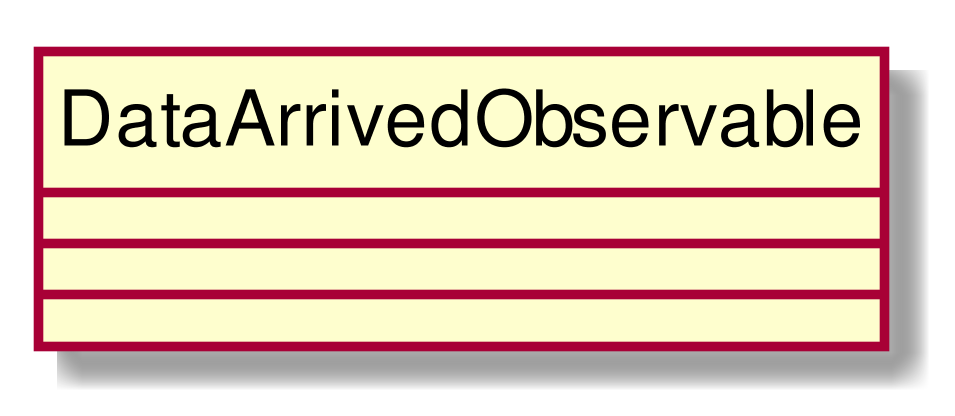
Above: RP/Esterni/DefinizioneDiProdotto/images/ClassDataArrivedObservable.png in CoCodeSWE/Docs (PlantUML), before the change. Its diagram source:
```plantuml
@startuml
scale 1000*1000
skinparam classAttributeIconSize 0
class DataArrivedObservable{
__
__

}
hide circle
@enduml
```
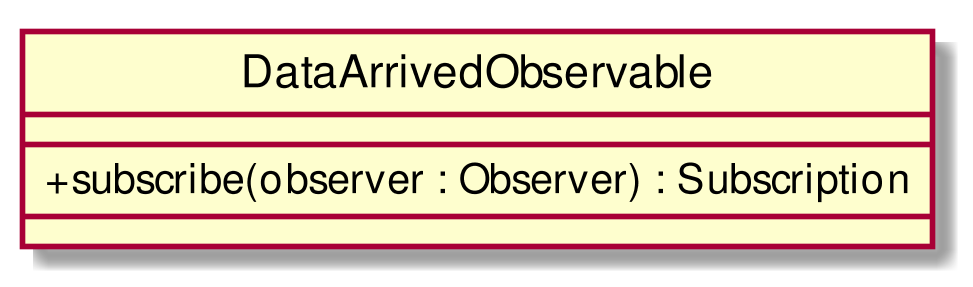
The same file after the commit.

Diff of the diagram source:
```diff
@@ -3,6 +3,7 @@
 skinparam classAttributeIconSize 0
 class DataArrivedObservable{
 __
++ subscribe(observer : Observer) : Subscription
 __
 
 }
```
